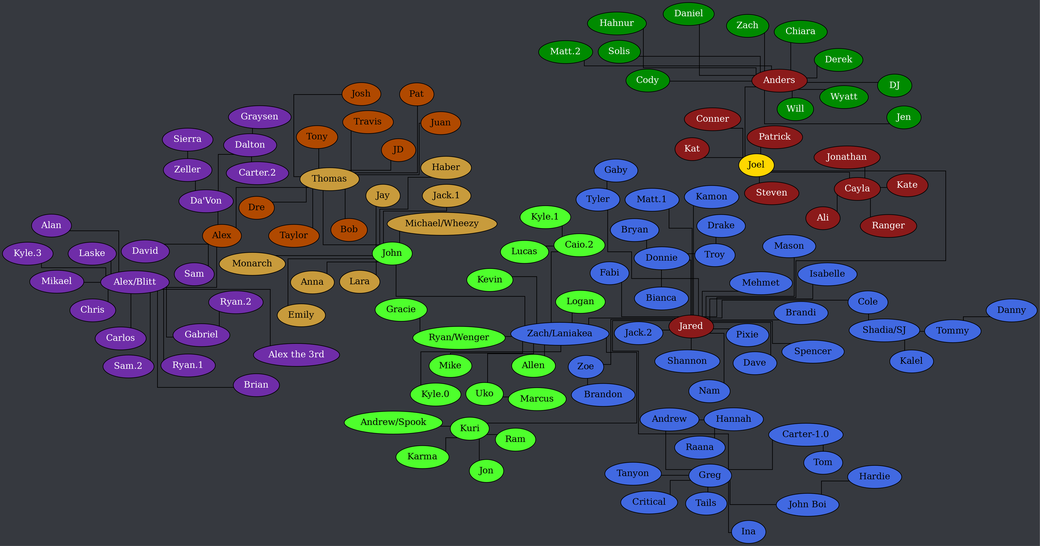
Documidas/CoronaCatzFamilyTree keeps this Graphviz diagram as tree.png. Above is the earlier version. Its source is kept beside it as tree.dot.
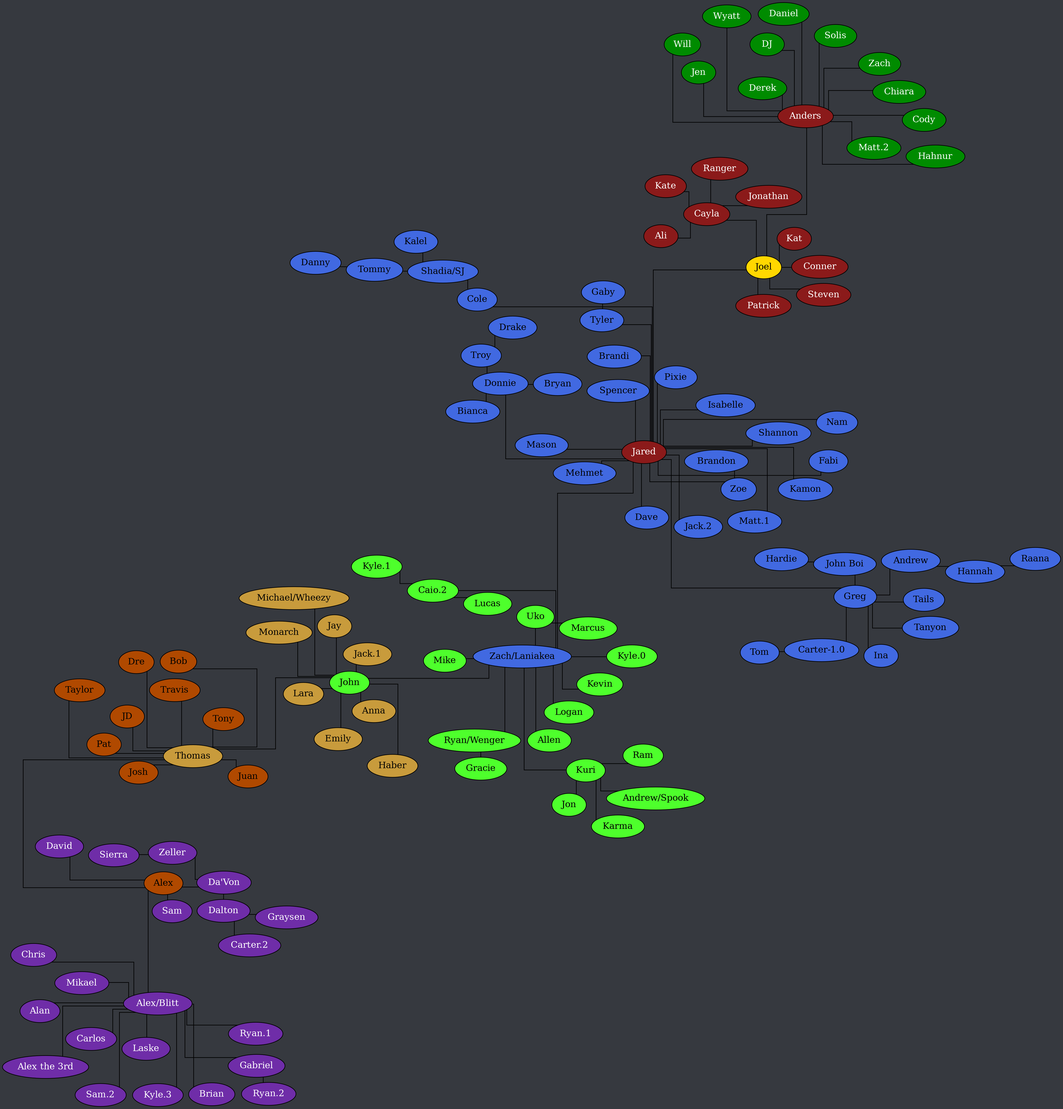
The same file after the commit.

Change to the diagram source:
```diff
@@ -56,7 +56,6 @@
 		Donnie -- Troy;
 		Greg -- Andrew;
 		Greg -- "Carter-1.0";
-		Greg -- Critical;
 		Greg -- Ina;
 		Greg -- "John Boi";
 		Greg -- Tails;
```
